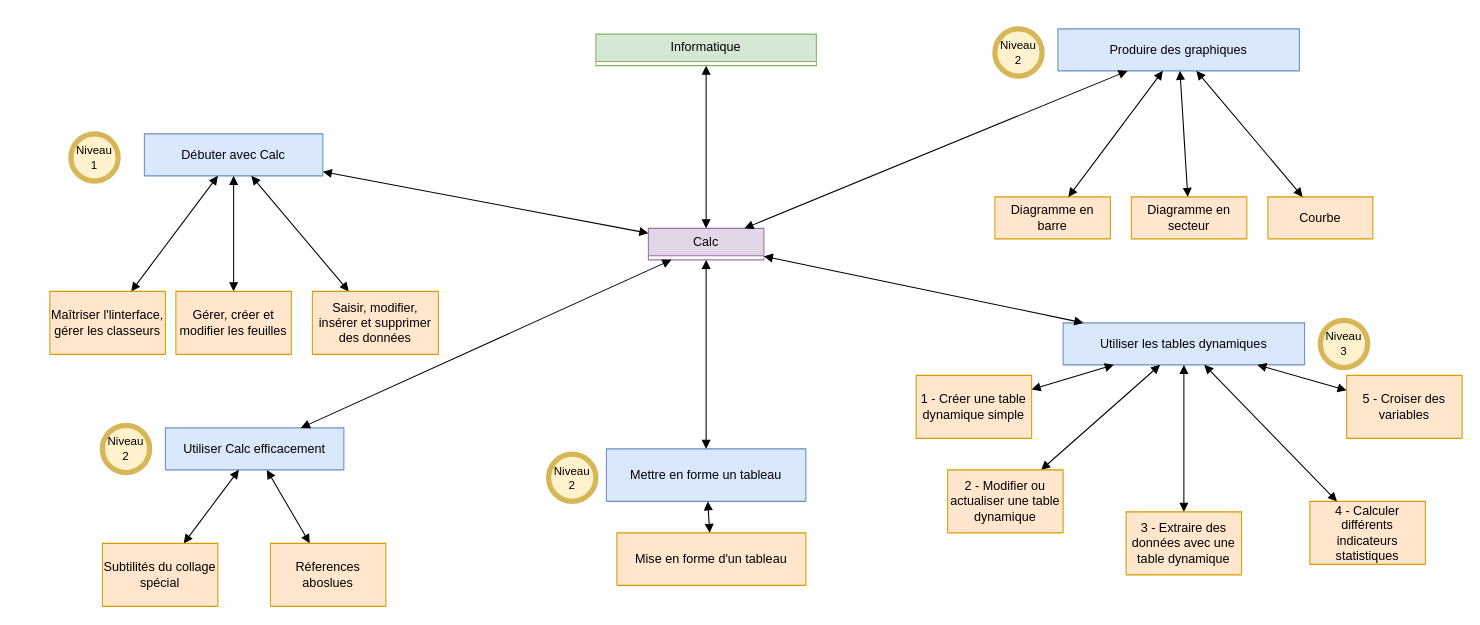
This is Environnement stat publique.drawio from jean-seb-2106/pythontest, a draw.io file, before an edit. Source tidied: cells renumbered, new cells numbered last; positions are measured from the earlier drawing's top-left corner, leaving out a move shared by most shapes. Both pictures are drawn from the tidied source at 105%, with x=0, y=0 at pixel (49, 28).
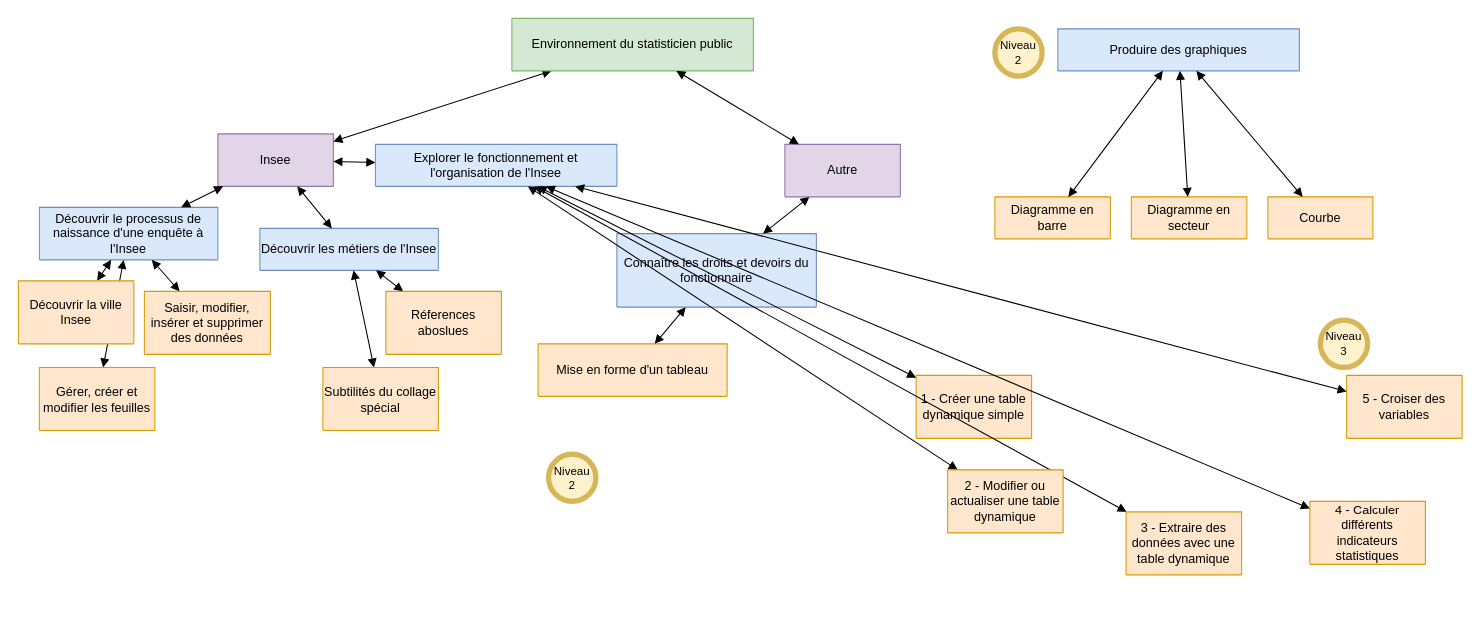
The same diagram, later.

Commit message (it also covers changes not shown here):
Mettre à jour Environnement stat publique.drawio

The change refers to these unchanged cells:
```xml
<mxCell id="8" value="Produire des graphiques" style="swimlane;fontStyle=0;horizontal=1;startSize=40;fillColor=#dae8fc;whiteSpace=wrap;html=1;strokeColor=#6c8ebf;" parent="1" vertex="1" collapsed="1">
  <mxGeometry x="960" width="230" height="40" as="geometry" />
</mxCell>
```

Diff of the diagram source:
```diff
@@
-    <mxCell id="2" value="Calc" style="swimlane;fontStyle=0;horizontal=1;startSize=26;fillColor=#e1d5e7;whiteSpace=wrap;html=1;strokeColor=#9673a6;" parent="1" vertex="1" collapsed="1">
-      <mxGeometry x="570" y="190" width="110" height="30" as="geometry" />
+    <mxCell id="2" value="Insee" style="swimlane;fontStyle=0;horizontal=1;startSize=50;fillColor=#e1d5e7;whiteSpace=wrap;html=1;strokeColor=#9673a6;" parent="1" vertex="1" collapsed="1">
+      <mxGeometry x="160" y="100" width="110" height="50" as="geometry" />
     </mxCell>
@@
-    <mxCell id="4" value="Informatique" style="swimlane;fontStyle=0;horizontal=1;startSize=26;fillColor=#d5e8d4;whiteSpace=wrap;html=1;strokeColor=#82b366;" parent="1" vertex="1" collapsed="1">
-      <mxGeometry x="520" y="5" width="210" height="30" as="geometry" />
+    <mxCell id="4" value="Environnement du statisticien public" style="swimlane;fontStyle=0;horizontal=1;startSize=50;fillColor=#d5e8d4;whiteSpace=wrap;html=1;strokeColor=#82b366;" parent="1" vertex="1" collapsed="1">
+      <mxGeometry x="440" y="-10" width="230" height="50" as="geometry" />
     </mxCell>
-    <mxCell id="5" value="Débuter avec Calc" style="swimlane;fontStyle=0;horizontal=1;startSize=40;fillColor=#dae8fc;whiteSpace=wrap;html=1;strokeColor=#6c8ebf;" parent="1" vertex="1" collapsed="1">
-      <mxGeometry x="90" y="100" width="170" height="40" as="geometry" />
+    <mxCell id="5" value="Découvrir le processus de naissance d'une enquête à l'Insee" style="swimlane;fontStyle=0;horizontal=1;startSize=50;fillColor=#dae8fc;whiteSpace=wrap;html=1;strokeColor=#6c8ebf;" parent="1" vertex="1" collapsed="1">
+      <mxGeometry x="-10" y="170" width="170" height="50" as="geometry" />
     </mxCell>
@@
-    <mxCell id="7" value="Mettre en forme un tableau" style="swimlane;fontStyle=0;horizontal=1;startSize=50;fillColor=#dae8fc;whiteSpace=wrap;html=1;strokeColor=#6c8ebf;" parent="1" vertex="1" collapsed="1">
-      <mxGeometry x="530" y="400" width="190" height="50" as="geometry" />
+    <mxCell id="7" value="Connaître les droits et devoirs du fonctionnaire" style="swimlane;fontStyle=0;horizontal=1;startSize=70;fillColor=#dae8fc;whiteSpace=wrap;html=1;strokeColor=#6c8ebf;" parent="1" vertex="1" collapsed="1">
+      <mxGeometry x="540" y="195" width="190" height="70" as="geometry" />
     </mxCell>
@@
-    <mxCell id="9" style="endArrow=block;startArrow=block;endFill=1;startFill=1;html=1;rounded=0;" parent="1" edge="1" source="2" target="7">
+    <mxCell id="9" style="endArrow=block;startArrow=block;endFill=1;startFill=1;html=1;rounded=0;" parent="1" edge="1" source="48" target="7">
       <mxGeometry relative="1" as="geometry" />
     </mxCell>
-    <mxCell id="10" style="endArrow=block;startArrow=block;endFill=1;startFill=1;html=1;rounded=0;" parent="1" edge="1" source="2" target="8">
-      <mxGeometry relative="1" as="geometry" />
-    </mxCell>
@@
-    <mxCell id="14" value="Maîtriser l'linterface, gérer les classeurs" style="swimlane;fontStyle=0;horizontal=1;startSize=60;fillColor=#ffe6cc;whiteSpace=wrap;html=1;strokeColor=#d79b00;" parent="1" vertex="1" collapsed="1">
-      <mxGeometry y="250" width="110" height="60" as="geometry" />
+    <mxCell id="14" value="Découvrir la ville Insee" style="swimlane;fontStyle=0;horizontal=1;startSize=60;fillColor=#ffe6cc;whiteSpace=wrap;html=1;strokeColor=#d79b00;" parent="1" vertex="1" collapsed="1">
+      <mxGeometry x="-30" y="240" width="110" height="60" as="geometry" />
     </mxCell>
     <mxCell id="15" value="Saisir, modifier, insérer et supprimer des données" style="swimlane;fontStyle=0;horizontal=1;startSize=60;fillColor=#ffe6cc;whiteSpace=wrap;html=1;strokeColor=#d79b00;" parent="1" vertex="1" collapsed="1">
-      <mxGeometry x="250" y="250" width="120" height="60" as="geometry" />
+      <mxGeometry x="90" y="250" width="120" height="60" as="geometry" />
     </mxCell>
     <mxCell id="16" value="Gérer, créer et modifier les feuilles" style="swimlane;fontStyle=0;horizontal=1;startSize=60;fillColor=#ffe6cc;whiteSpace=wrap;html=1;strokeColor=#d79b00;" parent="1" vertex="1" collapsed="1">
-      <mxGeometry x="120" y="250" width="110" height="60" as="geometry" />
+      <mxGeometry x="-10" y="322.5" width="110" height="60" as="geometry" />
     </mxCell>
     <mxCell id="17" value="Mise en forme d'un tableau" style="swimlane;fontStyle=0;horizontal=1;startSize=50;fillColor=#ffe6cc;whiteSpace=wrap;html=1;strokeColor=#d79b00;" parent="1" vertex="1" collapsed="1">
-      <mxGeometry x="540" y="480" width="180" height="50" as="geometry" />
+      <mxGeometry x="465" y="300" width="180" height="50" as="geometry" />
     </mxCell>
@@
-    <mxCell id="25" value="Utiliser les tables dynamiques" style="swimlane;fontStyle=0;horizontal=1;startSize=40;fillColor=#dae8fc;whiteSpace=wrap;html=1;strokeColor=#6c8ebf;" parent="1" vertex="1" collapsed="1">
-      <mxGeometry x="965" y="280" width="230" height="40" as="geometry" />
+    <mxCell id="25" value="Explorer le fonctionnement et l'organisation de l'Insee" style="swimlane;fontStyle=0;horizontal=1;startSize=40;fillColor=#dae8fc;whiteSpace=wrap;html=1;strokeColor=#6c8ebf;" parent="1" vertex="1" collapsed="1">
+      <mxGeometry x="310" y="110" width="230" height="40" as="geometry" />
     </mxCell>
@@
-    <mxCell id="37" value="Utiliser Calc efficacement" style="swimlane;fontStyle=0;horizontal=1;startSize=40;fillColor=#dae8fc;whiteSpace=wrap;html=1;strokeColor=#6c8ebf;" parent="1" vertex="1" collapsed="1">
-      <mxGeometry x="110" y="380" width="170" height="40" as="geometry" />
+    <mxCell id="37" value="Découvrir les métiers de l'Insee" style="swimlane;fontStyle=0;horizontal=1;startSize=40;fillColor=#dae8fc;whiteSpace=wrap;html=1;strokeColor=#6c8ebf;" parent="1" vertex="1" collapsed="1">
+      <mxGeometry x="200" y="190" width="170" height="40" as="geometry" />
     </mxCell>
@@
     <mxCell id="40" value="Subtilités du collage spécial" style="swimlane;fontStyle=0;horizontal=1;startSize=60;fillColor=#ffe6cc;whiteSpace=wrap;html=1;strokeColor=#d79b00;" parent="1" vertex="1" collapsed="1">
-      <mxGeometry x="50" y="490" width="110" height="60" as="geometry" />
+      <mxGeometry x="260" y="322.5" width="110" height="60" as="geometry" />
     </mxCell>
     <mxCell id="41" value="Réferences aboslues" style="swimlane;fontStyle=0;horizontal=1;startSize=60;fillColor=#ffe6cc;whiteSpace=wrap;html=1;strokeColor=#d79b00;" parent="1" vertex="1" collapsed="1">
-      <mxGeometry x="210" y="490" width="110" height="60" as="geometry" />
+      <mxGeometry x="320" y="250" width="110" height="60" as="geometry" />
     </mxCell>
@@
-    <mxCell id="43" value="Niveau 1" style="ellipse;whiteSpace=wrap;html=1;fillColor=#fff2cc;strokeColor=#d6b656;fontSize=11;strokeWidth=5;" parent="1" vertex="1">
-      <mxGeometry x="20" y="100" width="45" height="45" as="geometry" />
-    </mxCell>
-    <mxCell id="44" value="Niveau 2" style="ellipse;whiteSpace=wrap;html=1;fillColor=#fff2cc;strokeColor=#d6b656;fontSize=11;strokeWidth=5;" parent="1" vertex="1">
-      <mxGeometry x="50" y="377.5" width="45" height="45" as="geometry" />
-    </mxCell>
@@
+    <mxCell id="48" value="Autre" style="swimlane;fontStyle=0;horizontal=1;startSize=50;fillColor=#e1d5e7;whiteSpace=wrap;html=1;strokeColor=#9673a6;" parent="1" vertex="1" collapsed="1">
+      <mxGeometry x="700" y="110" width="110" height="50" as="geometry" />
+    </mxCell>
+    <mxCell id="49" style="endArrow=block;startArrow=block;endFill=1;startFill=1;html=1;rounded=0;" parent="1" edge="1" source="4" target="48">
+      <mxGeometry relative="1" as="geometry" />
+    </mxCell>
```
